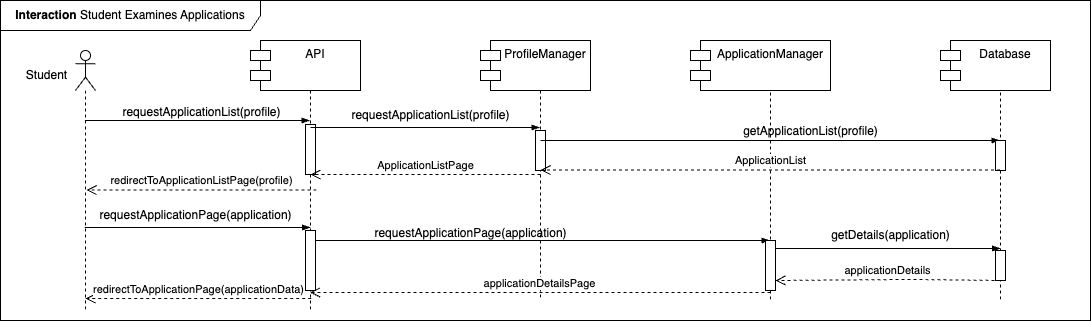
The draw.io diagram DD/Images/Interactions/INT07_StudentExaminesApplications.drawio.png in edogriba/GribaldoRosa, before a commit. Source tidied: cells renumbered, new cells last; positions are measured from the earlier drawing's top-left corner, leaving out a move shared by most shapes. The source it was exported from:
```xml
<mxGraphModel>
  <root>
    <mxCell id="0" />
    <mxCell id="1" parent="0" />
    <mxCell id="2" value=":Object" style="shape=umlLifeline;perimeter=lifelinePerimeter;whiteSpace=wrap;html=1;outlineConnect=0;portConstraint=eastwest;newEdgeStyle={&quot;curved&quot;:0,&quot;rounded&quot;:0};" parent="1" vertex="1">
      <mxGeometry x="720" y="40" width="100" height="260" as="geometry" />
    </mxCell>
    <mxCell id="3" value="S&amp;amp;C" style="shape=umlLifeline;perimeter=lifelinePerimeter;whiteSpace=wrap;html=1;newEdgeStyle={&quot;edgeStyle&quot;:&quot;elbowEdgeStyle&quot;,&quot;elbow&quot;:&quot;vertical&quot;,&quot;curved&quot;:0,&quot;rounded&quot;:0};" parent="1" vertex="1">
      <mxGeometry x="260" y="50" width="100" height="260" as="geometry" />
    </mxCell>
    <mxCell id="4" style="html=1;points=[[0,0,0,0,5],[0,1,0,0,-5],[1,0,0,0,5],[1,1,0,0,-5]];perimeter=orthogonalPerimeter;outlineConnect=0;targetShapes=umlLifeline;portConstraint=eastwest;newEdgeStyle={&quot;curved&quot;:0,&quot;rounded&quot;:0};" parent="3" vertex="1">
      <mxGeometry x="45" y="74" width="10" height="50" as="geometry" />
    </mxCell>
    <mxCell id="5" style="shape=umlLifeline;perimeter=lifelinePerimeter;whiteSpace=wrap;html=1;outlineConnect=0;portConstraint=eastwest;newEdgeStyle={&quot;curved&quot;:0,&quot;rounded&quot;:0};participant=umlActor;" parent="1" vertex="1">
      <mxGeometry x="75" y="50" width="20" height="260" as="geometry" />
    </mxCell>
    <mxCell id="6" value="Student" style="text;html=1;align=center;verticalAlign=middle;strokeColor=none;fillColor=none;" parent="1" vertex="1">
      <mxGeometry x="16" y="60" width="60" height="30" as="geometry" />
    </mxCell>
    <mxCell id="7" style="edgeStyle=elbowEdgeStyle;fontSize=12;html=1;endArrow=blockThin;endFill=1;rounded=0;" parent="1" edge="1" source="5">
      <mxGeometry relative="1" as="geometry">
        <mxPoint x="309.5" y="120" as="targetPoint" />
        <Array as="points">
          <mxPoint x="210" y="120" />
        </Array>
      </mxGeometry>
    </mxCell>
    <mxCell id="8" value="requestApplicationList(profile)" style="text;html=1;align=center;verticalAlign=middle;strokeColor=none;fillColor=none;" parent="1" vertex="1">
      <mxGeometry x="111" y="97" width="180" height="30" as="geometry" />
    </mxCell>
    <mxCell id="9" value="&lt;b&gt;Interaction&lt;/b&gt;&amp;nbsp;Student Examines Applications" style="shape=umlFrame;whiteSpace=wrap;html=1;width=260;height=30;" parent="1" vertex="1">
      <mxGeometry width="1090" height="320" as="geometry" />
    </mxCell>
    <mxCell id="10" value="redirectToApplicationPage(applicationData)" style="html=1;verticalAlign=bottom;endArrow=open;dashed=1;endSize=8;curved=0;rounded=0;" parent="1" edge="1">
      <mxGeometry relative="1" as="geometry">
        <mxPoint x="310.7" y="298" as="sourcePoint" />
        <mxPoint x="85" y="298" as="targetPoint" />
        <Array as="points">
          <mxPoint x="221.2" y="298" />
        </Array>
      </mxGeometry>
    </mxCell>
    <mxCell id="11" value="API" style="shape=module;align=left;spacingLeft=20;align=center;verticalAlign=top;whiteSpace=wrap;html=1;" parent="1" vertex="1">
      <mxGeometry x="250" y="40" width="110" height="50" as="geometry" />
    </mxCell>
    <mxCell id="12" value=":Object" style="shape=umlLifeline;perimeter=lifelinePerimeter;whiteSpace=wrap;html=1;outlineConnect=0;portConstraint=eastwest;newEdgeStyle={&quot;curved&quot;:0,&quot;rounded&quot;:0};" parent="1" vertex="1">
      <mxGeometry x="490" y="50" width="100" height="250" as="geometry" />
    </mxCell>
    <mxCell id="13" style="html=1;points=[[0,0,0,0,5],[0,1,0,0,-5],[1,0,0,0,5],[1,1,0,0,-5]];perimeter=orthogonalPerimeter;outlineConnect=0;targetShapes=umlLifeline;portConstraint=eastwest;newEdgeStyle={&quot;curved&quot;:0,&quot;rounded&quot;:0};" parent="12" vertex="1">
      <mxGeometry x="45" y="80" width="10" height="40" as="geometry" />
    </mxCell>
    <mxCell id="14" style="edgeStyle=elbowEdgeStyle;fontSize=12;html=1;endArrow=blockThin;endFill=1;rounded=0;" parent="1" edge="1" target="12">
      <mxGeometry relative="1" as="geometry">
        <mxPoint x="310" y="127" as="sourcePoint" />
        <Array as="points">
          <mxPoint x="435" y="127" />
        </Array>
      </mxGeometry>
    </mxCell>
    <mxCell id="15" value="ProfileManager" style="shape=module;align=left;spacingLeft=20;align=center;verticalAlign=top;whiteSpace=wrap;html=1;" parent="1" vertex="1">
      <mxGeometry x="480" y="40" width="110" height="50" as="geometry" />
    </mxCell>
    <mxCell id="16" value="ApplicationManager" style="shape=module;align=left;spacingLeft=20;align=center;verticalAlign=top;whiteSpace=wrap;html=1;" parent="1" vertex="1">
      <mxGeometry x="690" y="40" width="140" height="50" as="geometry" />
    </mxCell>
    <mxCell id="17" style="edgeStyle=elbowEdgeStyle;fontSize=12;html=1;endArrow=blockThin;endFill=1;rounded=0;elbow=vertical;" parent="1" edge="1" target="18">
      <mxGeometry x="-0.04" y="30" relative="1" as="geometry">
        <mxPoint x="540" y="140" as="sourcePoint" />
        <Array as="points">
          <mxPoint x="665" y="140" />
        </Array>
      </mxGeometry>
    </mxCell>
    <mxCell id="18" value=":Object" style="shape=umlLifeline;perimeter=lifelinePerimeter;whiteSpace=wrap;html=1;outlineConnect=0;portConstraint=eastwest;newEdgeStyle={&quot;curved&quot;:0,&quot;rounded&quot;:0};" parent="1" vertex="1">
      <mxGeometry x="950" y="40" width="100" height="260" as="geometry" />
    </mxCell>
    <mxCell id="19" style="html=1;points=[[0,0,0,0,5],[0,1,0,0,-5],[1,0,0,0,5],[1,1,0,0,-5]];perimeter=orthogonalPerimeter;outlineConnect=0;targetShapes=umlLifeline;portConstraint=eastwest;newEdgeStyle={&quot;curved&quot;:0,&quot;rounded&quot;:0};" parent="18" vertex="1">
      <mxGeometry x="45" y="100" width="10" height="30" as="geometry" />
    </mxCell>
    <mxCell id="20" style="html=1;points=[[0,0,0,0,5],[0,1,0,0,-5],[1,0,0,0,5],[1,1,0,0,-5]];perimeter=orthogonalPerimeter;outlineConnect=0;targetShapes=umlLifeline;portConstraint=eastwest;newEdgeStyle={&quot;curved&quot;:0,&quot;rounded&quot;:0};" parent="18" vertex="1">
      <mxGeometry x="45" y="210" width="10" height="30" as="geometry" />
    </mxCell>
    <mxCell id="21" value="Database" style="shape=module;align=left;spacingLeft=20;align=center;verticalAlign=top;whiteSpace=wrap;html=1;" parent="1" vertex="1">
      <mxGeometry x="940" y="40" width="110" height="50" as="geometry" />
    </mxCell>
    <mxCell id="22" value="requestApplicationList(profile)" style="text;html=1;align=center;verticalAlign=middle;strokeColor=none;fillColor=none;" parent="1" vertex="1">
      <mxGeometry x="340" y="100" width="180" height="30" as="geometry" />
    </mxCell>
    <mxCell id="23" value="ApplicationListPage" style="html=1;verticalAlign=bottom;endArrow=open;dashed=1;endSize=8;curved=0;rounded=0;" parent="1" edge="1">
      <mxGeometry relative="1" as="geometry">
        <mxPoint x="540" y="174" as="sourcePoint" />
        <mxPoint x="310" y="174" as="targetPoint" />
        <Array as="points">
          <mxPoint x="446" y="174" />
        </Array>
      </mxGeometry>
    </mxCell>
    <mxCell id="24" value="getApplicationList(profile)" style="text;html=1;align=center;verticalAlign=middle;strokeColor=none;fillColor=none;" parent="1" vertex="1">
      <mxGeometry x="730" y="116" width="160" height="30" as="geometry" />
    </mxCell>
    <mxCell id="25" value="requestApplicationPage(application)" style="text;html=1;align=center;verticalAlign=middle;strokeColor=none;fillColor=none;" parent="1" vertex="1">
      <mxGeometry x="85" y="200" width="220" height="30" as="geometry" />
    </mxCell>
    <mxCell id="26" style="edgeStyle=elbowEdgeStyle;fontSize=12;html=1;endArrow=blockThin;endFill=1;rounded=0;" parent="1" edge="1">
      <mxGeometry relative="1" as="geometry">
        <mxPoint x="84.2" y="227" as="sourcePoint" />
        <mxPoint x="310" y="227" as="targetPoint" />
        <Array as="points">
          <mxPoint x="210.2" y="227" />
        </Array>
      </mxGeometry>
    </mxCell>
    <mxCell id="27" value="redirectToApplicationListPage(profile)" style="html=1;verticalAlign=bottom;endArrow=open;dashed=1;endSize=8;curved=0;rounded=0;" parent="1" edge="1">
      <mxGeometry relative="1" as="geometry">
        <mxPoint x="316" y="189.5" as="sourcePoint" />
        <mxPoint x="86" y="189.5" as="targetPoint" />
      </mxGeometry>
    </mxCell>
    <mxCell id="28" style="edgeStyle=elbowEdgeStyle;fontSize=12;html=1;endArrow=blockThin;endFill=1;rounded=0;" parent="1" edge="1" source="36" target="2">
      <mxGeometry relative="1" as="geometry">
        <Array as="points">
          <mxPoint x="436" y="240" />
        </Array>
      </mxGeometry>
    </mxCell>
    <mxCell id="29" value="requestApplicationPage(application)" style="text;html=1;align=center;verticalAlign=middle;strokeColor=none;fillColor=none;" parent="1" vertex="1">
      <mxGeometry x="360" y="218" width="220" height="30" as="geometry" />
    </mxCell>
    <mxCell id="30" value="ApplicationList" style="html=1;verticalAlign=bottom;endArrow=open;dashed=1;endSize=8;curved=0;rounded=0;" parent="1" edge="1">
      <mxGeometry relative="1" as="geometry">
        <mxPoint x="999.5" y="169.5" as="sourcePoint" />
        <mxPoint x="540" y="169.5" as="targetPoint" />
        <Array as="points">
          <mxPoint x="676" y="169.5" />
        </Array>
      </mxGeometry>
    </mxCell>
    <mxCell id="31" value="getDetails(application)" style="text;html=1;align=center;verticalAlign=middle;strokeColor=none;fillColor=none;" parent="1" vertex="1">
      <mxGeometry x="820" y="220" width="140" height="30" as="geometry" />
    </mxCell>
    <mxCell id="32" style="edgeStyle=elbowEdgeStyle;fontSize=12;html=1;endArrow=blockThin;endFill=1;rounded=0;" parent="1" edge="1">
      <mxGeometry relative="1" as="geometry">
        <mxPoint x="770" y="248" as="sourcePoint" />
        <mxPoint x="1000" y="248" as="targetPoint" />
        <Array as="points">
          <mxPoint x="895" y="248" />
        </Array>
      </mxGeometry>
    </mxCell>
    <mxCell id="33" style="html=1;points=[[0,0,0,0,5],[0,1,0,0,-5],[1,0,0,0,5],[1,1,0,0,-5]];perimeter=orthogonalPerimeter;outlineConnect=0;targetShapes=umlLifeline;portConstraint=eastwest;newEdgeStyle={&quot;curved&quot;:0,&quot;rounded&quot;:0};" parent="1" vertex="1">
      <mxGeometry x="765" y="240" width="10" height="50" as="geometry" />
    </mxCell>
    <mxCell id="34" value="applicationDetails" style="html=1;verticalAlign=bottom;endArrow=open;dashed=1;endSize=8;curved=0;rounded=0;" parent="1" edge="1">
      <mxGeometry relative="1" as="geometry">
        <mxPoint x="1000" y="280" as="sourcePoint" />
        <mxPoint x="775" y="280" as="targetPoint" />
        <Array as="points">
          <mxPoint x="911" y="278.9" />
        </Array>
      </mxGeometry>
    </mxCell>
    <mxCell id="35" style="edgeStyle=elbowEdgeStyle;fontSize=12;html=1;endArrow=blockThin;endFill=1;rounded=0;" parent="1" edge="1" target="36">
      <mxGeometry relative="1" as="geometry">
        <mxPoint x="310" y="240" as="sourcePoint" />
      </mxGeometry>
    </mxCell>
    <mxCell id="36" style="html=1;points=[[0,0,0,0,5],[0,1,0,0,-5],[1,0,0,0,5],[1,1,0,0,-5]];perimeter=orthogonalPerimeter;outlineConnect=0;targetShapes=umlLifeline;portConstraint=eastwest;newEdgeStyle={&quot;curved&quot;:0,&quot;rounded&quot;:0};" parent="1" vertex="1">
      <mxGeometry x="305" y="230" width="10" height="60" as="geometry" />
    </mxCell>
    <mxCell id="37" value="applicationDetailsPage" style="html=1;verticalAlign=bottom;endArrow=open;dashed=1;endSize=8;curved=0;rounded=0;" parent="1" edge="1">
      <mxGeometry relative="1" as="geometry">
        <mxPoint x="770" y="292" as="sourcePoint" />
        <mxPoint x="309.4" y="292" as="targetPoint" />
        <Array as="points">
          <mxPoint x="740" y="292" />
        </Array>
      </mxGeometry>
    </mxCell>
  </root>
</mxGraphModel>
```
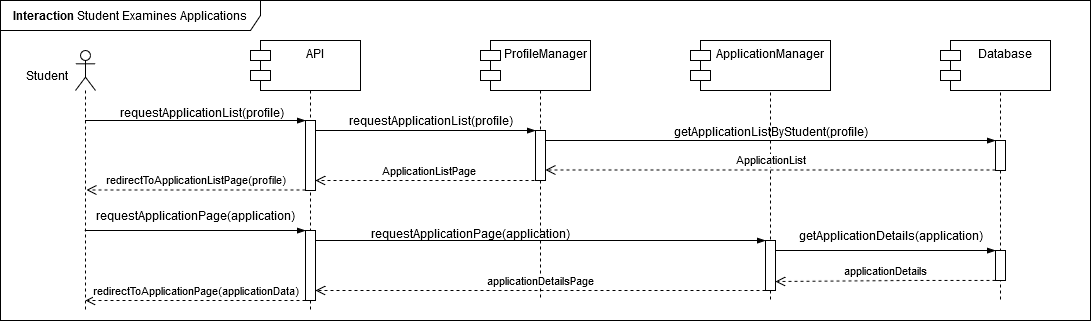
Later version of the same file.

The edit, as a diff of the source:
```diff
@@ -9,7 +9,7 @@
       <mxGeometry x="260" y="50" width="100" height="260" as="geometry" />
     </mxCell>
     <mxCell id="4" style="html=1;points=[[0,0,0,0,5],[0,1,0,0,-5],[1,0,0,0,5],[1,1,0,0,-5]];perimeter=orthogonalPerimeter;outlineConnect=0;targetShapes=umlLifeline;portConstraint=eastwest;newEdgeStyle={&quot;curved&quot;:0,&quot;rounded&quot;:0};" parent="3" vertex="1">
-      <mxGeometry x="45" y="74" width="10" height="50" as="geometry" />
+      <mxGeometry x="45" y="70" width="10" height="70" as="geometry" />
     </mxCell>
     <mxCell id="5" style="shape=umlLifeline;perimeter=lifelinePerimeter;whiteSpace=wrap;html=1;outlineConnect=0;portConstraint=eastwest;newEdgeStyle={&quot;curved&quot;:0,&quot;rounded&quot;:0};participant=umlActor;" parent="1" vertex="1">
       <mxGeometry x="75" y="50" width="20" height="260" as="geometry" />
@@ -17,9 +17,8 @@
     <mxCell id="6" value="Student" style="text;html=1;align=center;verticalAlign=middle;strokeColor=none;fillColor=none;" parent="1" vertex="1">
       <mxGeometry x="16" y="60" width="60" height="30" as="geometry" />
     </mxCell>
-    <mxCell id="7" style="edgeStyle=elbowEdgeStyle;fontSize=12;html=1;endArrow=blockThin;endFill=1;rounded=0;" parent="1" edge="1" source="5">
+    <mxCell id="7" style="edgeStyle=elbowEdgeStyle;fontSize=12;html=1;endArrow=blockThin;endFill=1;rounded=0;" parent="1" edge="1" source="5" target="4">
       <mxGeometry relative="1" as="geometry">
-        <mxPoint x="309.5" y="120" as="targetPoint" />
         <Array as="points">
           <mxPoint x="210" y="120" />
         </Array>
@@ -31,12 +30,11 @@
     <mxCell id="9" value="&lt;b&gt;Interaction&lt;/b&gt;&amp;nbsp;Student Examines Applications" style="shape=umlFrame;whiteSpace=wrap;html=1;width=260;height=30;" parent="1" vertex="1">
       <mxGeometry width="1090" height="320" as="geometry" />
     </mxCell>
-    <mxCell id="10" value="redirectToApplicationPage(applicationData)" style="html=1;verticalAlign=bottom;endArrow=open;dashed=1;endSize=8;curved=0;rounded=0;" parent="1" edge="1">
+    <mxCell id="10" value="redirectToApplicationPage(applicationData)" style="html=1;verticalAlign=bottom;endArrow=open;dashed=1;endSize=8;curved=0;rounded=0;" parent="1" edge="1" source="36">
       <mxGeometry relative="1" as="geometry">
-        <mxPoint x="310.7" y="298" as="sourcePoint" />
-        <mxPoint x="85" y="298" as="targetPoint" />
+        <mxPoint x="85" y="300" as="targetPoint" />
         <Array as="points">
-          <mxPoint x="221.2" y="298" />
+          <mxPoint x="221.2" y="300" />
         </Array>
       </mxGeometry>
     </mxCell>
@@ -47,13 +45,13 @@
       <mxGeometry x="490" y="50" width="100" height="250" as="geometry" />
     </mxCell>
     <mxCell id="13" style="html=1;points=[[0,0,0,0,5],[0,1,0,0,-5],[1,0,0,0,5],[1,1,0,0,-5]];perimeter=orthogonalPerimeter;outlineConnect=0;targetShapes=umlLifeline;portConstraint=eastwest;newEdgeStyle={&quot;curved&quot;:0,&quot;rounded&quot;:0};" parent="12" vertex="1">
-      <mxGeometry x="45" y="80" width="10" height="40" as="geometry" />
+      <mxGeometry x="45" y="80" width="10" height="50" as="geometry" />
     </mxCell>
-    <mxCell id="14" style="edgeStyle=elbowEdgeStyle;fontSize=12;html=1;endArrow=blockThin;endFill=1;rounded=0;" parent="1" edge="1" target="12">
+    <mxCell id="14" style="edgeStyle=elbowEdgeStyle;fontSize=12;html=1;endArrow=blockThin;endFill=1;rounded=0;" parent="1" edge="1" source="4">
       <mxGeometry relative="1" as="geometry">
-        <mxPoint x="310" y="127" as="sourcePoint" />
+        <mxPoint x="535" y="130" as="targetPoint" />
         <Array as="points">
-          <mxPoint x="435" y="127" />
+          <mxPoint x="350" y="130" />
         </Array>
       </mxGeometry>
     </mxCell>
@@ -63,9 +61,8 @@
     <mxCell id="16" value="ApplicationManager" style="shape=module;align=left;spacingLeft=20;align=center;verticalAlign=top;whiteSpace=wrap;html=1;" parent="1" vertex="1">
       <mxGeometry x="690" y="40" width="140" height="50" as="geometry" />
     </mxCell>
-    <mxCell id="17" style="edgeStyle=elbowEdgeStyle;fontSize=12;html=1;endArrow=blockThin;endFill=1;rounded=0;elbow=vertical;" parent="1" edge="1" target="18">
+    <mxCell id="17" style="edgeStyle=elbowEdgeStyle;fontSize=12;html=1;endArrow=blockThin;endFill=1;rounded=0;elbow=vertical;" parent="1" edge="1" source="13" target="19">
       <mxGeometry x="-0.04" y="30" relative="1" as="geometry">
-        <mxPoint x="540" y="140" as="sourcePoint" />
         <Array as="points">
           <mxPoint x="665" y="140" />
         </Array>
@@ -84,39 +81,38 @@
       <mxGeometry x="940" y="40" width="110" height="50" as="geometry" />
     </mxCell>
     <mxCell id="22" value="requestApplicationList(profile)" style="text;html=1;align=center;verticalAlign=middle;strokeColor=none;fillColor=none;" parent="1" vertex="1">
-      <mxGeometry x="340" y="100" width="180" height="30" as="geometry" />
+      <mxGeometry x="340" y="105" width="180" height="30" as="geometry" />
     </mxCell>
     <mxCell id="23" value="ApplicationListPage" style="html=1;verticalAlign=bottom;endArrow=open;dashed=1;endSize=8;curved=0;rounded=0;" parent="1" edge="1">
       <mxGeometry relative="1" as="geometry">
-        <mxPoint x="540" y="174" as="sourcePoint" />
-        <mxPoint x="310" y="174" as="targetPoint" />
+        <mxPoint x="540" y="180" as="sourcePoint" />
+        <mxPoint x="315" y="180" as="targetPoint" />
         <Array as="points">
-          <mxPoint x="446" y="174" />
+          <mxPoint x="446" y="180" />
         </Array>
       </mxGeometry>
     </mxCell>
-    <mxCell id="24" value="getApplicationList(profile)" style="text;html=1;align=center;verticalAlign=middle;strokeColor=none;fillColor=none;" parent="1" vertex="1">
-      <mxGeometry x="730" y="116" width="160" height="30" as="geometry" />
+    <mxCell id="24" value="getApplicationListByStudent(profile)" style="text;html=1;align=center;verticalAlign=middle;strokeColor=none;fillColor=none;" parent="1" vertex="1">
+      <mxGeometry x="660" y="116" width="220" height="30" as="geometry" />
     </mxCell>
     <mxCell id="25" value="requestApplicationPage(application)" style="text;html=1;align=center;verticalAlign=middle;strokeColor=none;fillColor=none;" parent="1" vertex="1">
       <mxGeometry x="85" y="200" width="220" height="30" as="geometry" />
     </mxCell>
     <mxCell id="26" style="edgeStyle=elbowEdgeStyle;fontSize=12;html=1;endArrow=blockThin;endFill=1;rounded=0;" parent="1" edge="1">
       <mxGeometry relative="1" as="geometry">
-        <mxPoint x="84.2" y="227" as="sourcePoint" />
-        <mxPoint x="310" y="227" as="targetPoint" />
+        <mxPoint x="84.2" y="230" as="sourcePoint" />
+        <mxPoint x="305" y="230" as="targetPoint" />
         <Array as="points">
-          <mxPoint x="210.2" y="227" />
+          <mxPoint x="210.2" y="230" />
         </Array>
       </mxGeometry>
     </mxCell>
-    <mxCell id="27" value="redirectToApplicationListPage(profile)" style="html=1;verticalAlign=bottom;endArrow=open;dashed=1;endSize=8;curved=0;rounded=0;" parent="1" edge="1">
+    <mxCell id="27" value="redirectToApplicationListPage(profile)" style="html=1;verticalAlign=bottom;endArrow=open;dashed=1;endSize=8;curved=0;rounded=0;" parent="1" edge="1" source="4">
       <mxGeometry relative="1" as="geometry">
-        <mxPoint x="316" y="189.5" as="sourcePoint" />
         <mxPoint x="86" y="189.5" as="targetPoint" />
       </mxGeometry>
     </mxCell>
-    <mxCell id="28" style="edgeStyle=elbowEdgeStyle;fontSize=12;html=1;endArrow=blockThin;endFill=1;rounded=0;" parent="1" edge="1" source="36" target="2">
+    <mxCell id="28" style="edgeStyle=elbowEdgeStyle;fontSize=12;html=1;endArrow=blockThin;endFill=1;rounded=0;" parent="1" edge="1" source="36" target="33">
       <mxGeometry relative="1" as="geometry">
         <Array as="points">
           <mxPoint x="436" y="240" />
@@ -126,24 +122,21 @@
     <mxCell id="29" value="requestApplicationPage(application)" style="text;html=1;align=center;verticalAlign=middle;strokeColor=none;fillColor=none;" parent="1" vertex="1">
       <mxGeometry x="360" y="218" width="220" height="30" as="geometry" />
     </mxCell>
-    <mxCell id="30" value="ApplicationList" style="html=1;verticalAlign=bottom;endArrow=open;dashed=1;endSize=8;curved=0;rounded=0;" parent="1" edge="1">
+    <mxCell id="30" value="ApplicationList" style="html=1;verticalAlign=bottom;endArrow=open;dashed=1;endSize=8;curved=0;rounded=0;" parent="1" edge="1" source="19" target="13">
       <mxGeometry relative="1" as="geometry">
-        <mxPoint x="999.5" y="169.5" as="sourcePoint" />
-        <mxPoint x="540" y="169.5" as="targetPoint" />
         <Array as="points">
           <mxPoint x="676" y="169.5" />
         </Array>
       </mxGeometry>
     </mxCell>
-    <mxCell id="31" value="getDetails(application)" style="text;html=1;align=center;verticalAlign=middle;strokeColor=none;fillColor=none;" parent="1" vertex="1">
-      <mxGeometry x="820" y="220" width="140" height="30" as="geometry" />
+    <mxCell id="31" value="getApplicationDetails(application)" style="text;html=1;align=center;verticalAlign=middle;strokeColor=none;fillColor=none;" parent="1" vertex="1">
+      <mxGeometry x="785" y="220" width="210" height="30" as="geometry" />
     </mxCell>
-    <mxCell id="32" style="edgeStyle=elbowEdgeStyle;fontSize=12;html=1;endArrow=blockThin;endFill=1;rounded=0;" parent="1" edge="1">
+    <mxCell id="32" style="edgeStyle=elbowEdgeStyle;fontSize=12;html=1;endArrow=blockThin;endFill=1;rounded=0;" parent="1" edge="1" target="20">
       <mxGeometry relative="1" as="geometry">
-        <mxPoint x="770" y="248" as="sourcePoint" />
-        <mxPoint x="1000" y="248" as="targetPoint" />
+        <mxPoint x="770" y="250" as="sourcePoint" />
         <Array as="points">
-          <mxPoint x="895" y="248" />
+          <mxPoint x="895" y="250" />
         </Array>
       </mxGeometry>
     </mxCell>
@@ -152,10 +145,10 @@
     </mxCell>
     <mxCell id="34" value="applicationDetails" style="html=1;verticalAlign=bottom;endArrow=open;dashed=1;endSize=8;curved=0;rounded=0;" parent="1" edge="1">
       <mxGeometry relative="1" as="geometry">
-        <mxPoint x="1000" y="280" as="sourcePoint" />
-        <mxPoint x="775" y="280" as="targetPoint" />
+        <mxPoint x="995" y="280" as="sourcePoint" />
+        <mxPoint x="775" y="281" as="targetPoint" />
         <Array as="points">
-          <mxPoint x="911" y="278.9" />
+          <mxPoint x="911" y="279.9" />
         </Array>
       </mxGeometry>
     </mxCell>
@@ -165,14 +158,12 @@
       </mxGeometry>
     </mxCell>
     <mxCell id="36" style="html=1;points=[[0,0,0,0,5],[0,1,0,0,-5],[1,0,0,0,5],[1,1,0,0,-5]];perimeter=orthogonalPerimeter;outlineConnect=0;targetShapes=umlLifeline;portConstraint=eastwest;newEdgeStyle={&quot;curved&quot;:0,&quot;rounded&quot;:0};" parent="1" vertex="1">
-      <mxGeometry x="305" y="230" width="10" height="60" as="geometry" />
+      <mxGeometry x="305" y="230" width="10" height="70" as="geometry" />
     </mxCell>
-    <mxCell id="37" value="applicationDetailsPage" style="html=1;verticalAlign=bottom;endArrow=open;dashed=1;endSize=8;curved=0;rounded=0;" parent="1" edge="1">
+    <mxCell id="37" value="applicationDetailsPage" style="html=1;verticalAlign=bottom;endArrow=open;dashed=1;endSize=8;curved=0;rounded=0;" parent="1" edge="1" source="33" target="36">
       <mxGeometry relative="1" as="geometry">
-        <mxPoint x="770" y="292" as="sourcePoint" />
-        <mxPoint x="309.4" y="292" as="targetPoint" />
         <Array as="points">
-          <mxPoint x="740" y="292" />
+          <mxPoint x="740" y="290" />
         </Array>
       </mxGeometry>
     </mxCell>
```
